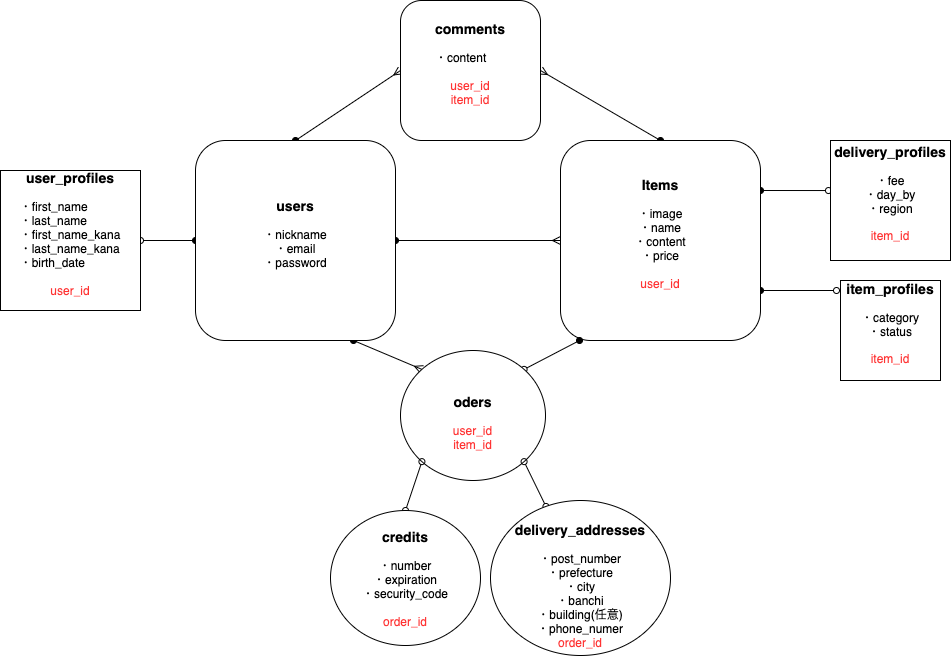
This is furima-29676.png from yuma-matsui/furima-29676, a draw.io export, as it was before one commit. Source tidied: cells renumbered, new cells last; positions are measured from the earlier drawing's top-left corner, leaving out a move shared by most shapes.
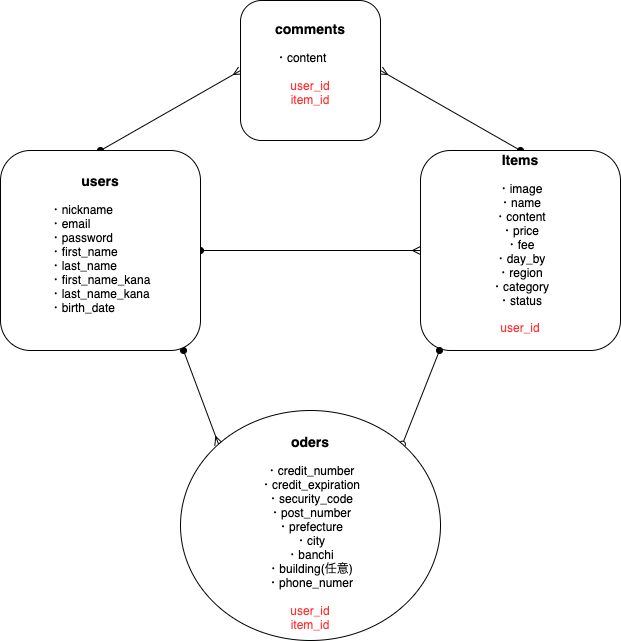
The same diagram one commit later.

Diff of the diagram source:
```diff
@@ -9,57 +9,27 @@
       <mxGeometry relative="1" as="geometry" />
     </mxCell>
     <mxCell id="4" value="&lt;h3&gt;comments&lt;/h3&gt;&lt;div style=&quot;text-align: left ; font-size: 11px&quot;&gt;&lt;span style=&quot;font-size: 12px&quot;&gt;・content&lt;/span&gt;&lt;br&gt;&lt;/div&gt;&lt;div style=&quot;text-align: left ; font-size: 11px&quot;&gt;&lt;span style=&quot;font-size: 12px&quot;&gt;&lt;br&gt;&lt;/span&gt;&lt;/div&gt;&lt;div style=&quot;font-size: 11px&quot;&gt;&lt;span style=&quot;font-size: 12px&quot;&gt;&lt;font color=&quot;#ff3333&quot;&gt;user_id&lt;/font&gt;&lt;/span&gt;&lt;/div&gt;&lt;div style=&quot;font-size: 11px&quot;&gt;&lt;span style=&quot;color: rgb(255 , 51 , 51) ; font-size: 12px&quot;&gt;item_id&lt;/span&gt;&lt;/div&gt;&lt;div style=&quot;text-align: left ; font-size: 11px&quot;&gt;&lt;span style=&quot;font-size: 12px&quot;&gt;&lt;font color=&quot;#ff3333&quot;&gt;&lt;br&gt;&lt;/font&gt;&lt;/span&gt;&lt;/div&gt;&lt;div style=&quot;text-align: left ; font-size: 11px&quot;&gt;&lt;span style=&quot;font-size: 12px&quot;&gt;&lt;br&gt;&lt;/span&gt;&lt;/div&gt;" style="whiteSpace=wrap;html=1;align=center;rounded=1;" parent="1" vertex="1">
-      <mxGeometry x="400" width="140" height="140" as="geometry" />
+      <mxGeometry x="410" y="-10" width="140" height="140" as="geometry" />
     </mxCell>
     <mxCell id="5" style="edgeStyle=none;rounded=0;jettySize=auto;html=1;entryX=0;entryY=0;entryDx=0;entryDy=0;startArrow=oval;startFill=1;endArrow=ERmany;endFill=0;strokeColor=#000000;fontColor=#FF3333;" parent="1" edge="1" target="16">
       <mxGeometry relative="1" as="geometry">
         <mxPoint x="353" y="340" as="sourcePoint" />
       </mxGeometry>
     </mxCell>
-    <mxCell id="6" style="edgeStyle=none;rounded=0;jettySize=auto;html=1;startArrow=oval;startFill=1;endArrow=oval;endFill=0;strokeColor=#000000;fontColor=#FF3333;" parent="1" edge="1" source="8" target="9">
-      <mxGeometry relative="1" as="geometry" />
-    </mxCell>
     <mxCell id="7" style="edgeStyle=none;rounded=0;jettySize=auto;html=1;exitX=1;exitY=0.5;exitDx=0;exitDy=0;entryX=0;entryY=0.5;entryDx=0;entryDy=0;startArrow=oval;startFill=1;endArrow=ERmany;endFill=0;strokeColor=#000000;fontColor=#FF3333;" parent="1" edge="1" source="8" target="12">
       <mxGeometry relative="1" as="geometry" />
     </mxCell>
-    <mxCell id="8" value="&lt;h3&gt;users&lt;/h3&gt;&lt;div&gt;・nickname&lt;/div&gt;&lt;div&gt;・email&lt;/div&gt;&lt;div&gt;・password&lt;/div&gt;&lt;div&gt;&lt;br&gt;&lt;/div&gt;&lt;div style=&quot;text-align: left ; font-size: 11px&quot;&gt;&lt;span style=&quot;font-size: 12px&quot;&gt;&lt;br&gt;&lt;/span&gt;&lt;/div&gt;" style="whiteSpace=wrap;html=1;align=center;rounded=1;" parent="1" vertex="1">
-      <mxGeometry x="195" y="140" width="200" height="200" as="geometry" />
+    <mxCell id="8" value="&lt;h3&gt;users&lt;/h3&gt;&lt;div style=&quot;text-align: justify&quot;&gt;・nickname&lt;/div&gt;&lt;div style=&quot;text-align: justify&quot;&gt;・email&lt;/div&gt;&lt;div style=&quot;text-align: justify&quot;&gt;・password&lt;/div&gt;&lt;div&gt;&lt;div style=&quot;text-align: justify ; font-size: 11px&quot;&gt;&lt;span style=&quot;font-size: 12px&quot;&gt;・first_name&lt;/span&gt;&lt;br&gt;&lt;/div&gt;&lt;div style=&quot;text-align: justify ; font-size: 11px&quot;&gt;&lt;span style=&quot;font-size: 12px&quot;&gt;・last_name&lt;/span&gt;&lt;/div&gt;&lt;div style=&quot;text-align: justify ; font-size: 11px&quot;&gt;&lt;span style=&quot;font-size: 12px&quot;&gt;・first_name_kana&lt;/span&gt;&lt;/div&gt;&lt;div style=&quot;text-align: justify ; font-size: 11px&quot;&gt;&lt;span style=&quot;font-size: 12px&quot;&gt;・last_name_kana&lt;/span&gt;&lt;/div&gt;&lt;div style=&quot;text-align: justify ; font-size: 11px&quot;&gt;&lt;span style=&quot;font-size: 12px&quot;&gt;・birth_date&lt;/span&gt;&lt;/div&gt;&lt;/div&gt;&lt;div&gt;&lt;br&gt;&lt;/div&gt;&lt;div style=&quot;text-align: left ; font-size: 11px&quot;&gt;&lt;span style=&quot;font-size: 12px&quot;&gt;&lt;br&gt;&lt;/span&gt;&lt;/div&gt;" style="whiteSpace=wrap;html=1;align=center;rounded=1;" parent="1" vertex="1">
+      <mxGeometry x="170" y="140" width="200" height="200" as="geometry" />
     </mxCell>
-    <mxCell id="9" value="&lt;h3&gt;user_profiles&lt;/h3&gt;&lt;div style=&quot;text-align: left ; font-size: 11px&quot;&gt;&lt;span style=&quot;font-size: 12px&quot;&gt;・first_name&lt;/span&gt;&lt;br&gt;&lt;/div&gt;&lt;div style=&quot;text-align: left ; font-size: 11px&quot;&gt;&lt;span style=&quot;font-size: 12px&quot;&gt;・last_name&lt;/span&gt;&lt;/div&gt;&lt;div style=&quot;text-align: left ; font-size: 11px&quot;&gt;&lt;span style=&quot;font-size: 12px&quot;&gt;・first_name_kana&lt;/span&gt;&lt;/div&gt;&lt;div style=&quot;text-align: left ; font-size: 11px&quot;&gt;&lt;span style=&quot;font-size: 12px&quot;&gt;・last_name_kana&lt;/span&gt;&lt;/div&gt;&lt;div style=&quot;text-align: left ; font-size: 11px&quot;&gt;&lt;span style=&quot;font-size: 12px&quot;&gt;・birth_date&lt;/span&gt;&lt;/div&gt;&lt;div style=&quot;text-align: left ; font-size: 11px&quot;&gt;&lt;span style=&quot;font-size: 12px&quot;&gt;&lt;br&gt;&lt;/span&gt;&lt;/div&gt;&lt;div style=&quot;font-size: 11px&quot;&gt;&lt;span style=&quot;font-size: 12px&quot;&gt;&lt;font color=&quot;#ff3333&quot;&gt;user_id&lt;/font&gt;&lt;/span&gt;&lt;/div&gt;&lt;div style=&quot;text-align: left ; font-size: 11px&quot;&gt;&lt;span style=&quot;font-size: 12px&quot;&gt;&lt;font color=&quot;#ff3333&quot;&gt;&lt;br&gt;&lt;/font&gt;&lt;/span&gt;&lt;/div&gt;&lt;div style=&quot;text-align: left ; font-size: 11px&quot;&gt;&lt;span style=&quot;font-size: 12px&quot;&gt;&lt;br&gt;&lt;/span&gt;&lt;/div&gt;" style="whiteSpace=wrap;html=1;align=center;rounded=0;" parent="1" vertex="1">
-      <mxGeometry y="170" width="140" height="140" as="geometry" />
-    </mxCell>
-    <mxCell id="10" style="edgeStyle=none;rounded=0;jettySize=auto;html=1;exitX=1;exitY=0.25;exitDx=0;exitDy=0;entryX=-0.017;entryY=0.417;entryDx=0;entryDy=0;entryPerimeter=0;startArrow=oval;startFill=1;endArrow=oval;endFill=0;strokeColor=#000000;fontColor=#FF3333;" parent="1" edge="1" source="12" target="14">
-      <mxGeometry relative="1" as="geometry" />
-    </mxCell>
-    <mxCell id="11" style="edgeStyle=none;rounded=0;jettySize=auto;html=1;exitX=1;exitY=0.75;exitDx=0;exitDy=0;entryX=-0.04;entryY=0.1;entryDx=0;entryDy=0;entryPerimeter=0;startArrow=oval;startFill=1;endArrow=oval;endFill=0;strokeColor=#000000;fontColor=#FF3333;" parent="1" edge="1" source="12" target="13">
-      <mxGeometry relative="1" as="geometry" />
-    </mxCell>
-    <mxCell id="12" value="&lt;h3&gt;Items&lt;/h3&gt;&lt;div&gt;・image&lt;/div&gt;&lt;div&gt;・name&lt;/div&gt;&lt;div&gt;・content&lt;/div&gt;&lt;div&gt;・price&lt;/div&gt;&lt;div style=&quot;text-align: left ; font-size: 11px&quot;&gt;&lt;span style=&quot;font-size: 12px&quot;&gt;&lt;br&gt;&lt;/span&gt;&lt;/div&gt;&lt;div style=&quot;font-size: 11px&quot;&gt;&lt;span style=&quot;font-size: 12px&quot;&gt;&lt;font color=&quot;#ff3333&quot;&gt;user_id&lt;/font&gt;&lt;/span&gt;&lt;/div&gt;&lt;div style=&quot;text-align: left ; font-size: 11px&quot;&gt;&lt;span style=&quot;font-size: 12px&quot;&gt;&lt;font color=&quot;#ff3333&quot;&gt;&lt;br&gt;&lt;/font&gt;&lt;/span&gt;&lt;/div&gt;&lt;div style=&quot;text-align: left ; font-size: 11px&quot;&gt;&lt;span style=&quot;font-size: 12px&quot;&gt;&lt;br&gt;&lt;/span&gt;&lt;/div&gt;" style="whiteSpace=wrap;html=1;align=center;rounded=1;" parent="1" vertex="1">
-      <mxGeometry x="560" y="140" width="200" height="200" as="geometry" />
+    <mxCell id="12" value="&lt;h3&gt;Items&lt;/h3&gt;&lt;div&gt;・image&lt;/div&gt;&lt;div&gt;・name&lt;/div&gt;&lt;div&gt;・content&lt;/div&gt;&lt;div&gt;・price&lt;/div&gt;&lt;div&gt;&lt;div style=&quot;font-size: 11px&quot;&gt;&lt;span style=&quot;font-size: 12px&quot;&gt;・fee&lt;/span&gt;&lt;br&gt;&lt;/div&gt;&lt;div&gt;・day_by&lt;/div&gt;&lt;div&gt;・region&lt;/div&gt;&lt;/div&gt;&lt;div&gt;&lt;div style=&quot;font-size: 11px&quot;&gt;&lt;span style=&quot;font-size: 12px&quot;&gt;・category&lt;/span&gt;&lt;br&gt;&lt;/div&gt;&lt;div&gt;・status&lt;/div&gt;&lt;div style=&quot;font-size: 11px&quot;&gt;&lt;br&gt;&lt;/div&gt;&lt;/div&gt;&lt;div style=&quot;font-size: 11px&quot;&gt;&lt;span style=&quot;font-size: 12px&quot;&gt;&lt;font color=&quot;#ff3333&quot;&gt;user_id&lt;/font&gt;&lt;/span&gt;&lt;/div&gt;&lt;div style=&quot;text-align: left ; font-size: 11px&quot;&gt;&lt;span style=&quot;font-size: 12px&quot;&gt;&lt;font color=&quot;#ff3333&quot;&gt;&lt;br&gt;&lt;/font&gt;&lt;/span&gt;&lt;/div&gt;&lt;div style=&quot;text-align: left ; font-size: 11px&quot;&gt;&lt;span style=&quot;font-size: 12px&quot;&gt;&lt;br&gt;&lt;/span&gt;&lt;/div&gt;" style="whiteSpace=wrap;html=1;align=center;rounded=1;" parent="1" vertex="1">
+      <mxGeometry x="590" y="140" width="200" height="200" as="geometry" />
     </mxCell>
-    <mxCell id="13" value="&lt;h3&gt;item_profiles&lt;/h3&gt;&lt;div style=&quot;font-size: 11px&quot;&gt;&lt;span style=&quot;font-size: 12px&quot;&gt;・category&lt;/span&gt;&lt;br&gt;&lt;/div&gt;&lt;div&gt;・status&lt;/div&gt;&lt;div style=&quot;font-size: 11px&quot;&gt;&lt;br&gt;&lt;/div&gt;&lt;div style=&quot;font-size: 11px&quot;&gt;&lt;span style=&quot;font-size: 12px&quot;&gt;&lt;font color=&quot;#ff3333&quot;&gt;item_id&lt;/font&gt;&lt;/span&gt;&lt;/div&gt;&lt;div style=&quot;font-size: 11px&quot;&gt;&lt;span style=&quot;font-size: 12px&quot;&gt;&lt;font color=&quot;#ff3333&quot;&gt;&lt;br&gt;&lt;/font&gt;&lt;/span&gt;&lt;/div&gt;&lt;div style=&quot;font-size: 11px&quot;&gt;&lt;span style=&quot;font-size: 12px&quot;&gt;&lt;br&gt;&lt;/span&gt;&lt;/div&gt;" style="whiteSpace=wrap;html=1;align=center;" parent="1" vertex="1">
-      <mxGeometry x="840" y="280" width="100" height="100" as="geometry" />
-    </mxCell>
-    <mxCell id="14" value="&lt;h3&gt;delivery_profiles&lt;/h3&gt;&lt;div style=&quot;font-size: 11px&quot;&gt;&lt;span style=&quot;font-size: 12px&quot;&gt;・fee&lt;/span&gt;&lt;br&gt;&lt;/div&gt;&lt;div&gt;・day_by&lt;/div&gt;&lt;div&gt;・region&lt;/div&gt;&lt;div style=&quot;font-size: 11px&quot;&gt;&lt;br&gt;&lt;/div&gt;&lt;div style=&quot;font-size: 11px&quot;&gt;&lt;span style=&quot;font-size: 12px&quot;&gt;&lt;font color=&quot;#ff3333&quot;&gt;item_id&lt;/font&gt;&lt;/span&gt;&lt;/div&gt;&lt;div style=&quot;font-size: 11px&quot;&gt;&lt;span style=&quot;font-size: 12px&quot;&gt;&lt;font color=&quot;#ff3333&quot;&gt;&lt;br&gt;&lt;/font&gt;&lt;/span&gt;&lt;/div&gt;&lt;div style=&quot;font-size: 11px&quot;&gt;&lt;span style=&quot;font-size: 12px&quot;&gt;&lt;br&gt;&lt;/span&gt;&lt;/div&gt;" style="whiteSpace=wrap;html=1;align=center;" parent="1" vertex="1">
-      <mxGeometry x="830" y="140" width="120" height="120" as="geometry" />
-    </mxCell>
     <mxCell id="15" style="edgeStyle=none;rounded=0;jettySize=auto;html=1;exitX=1;exitY=0;exitDx=0;exitDy=0;startArrow=oval;startFill=0;endArrow=oval;endFill=1;strokeColor=#000000;fontColor=#FF3333;entryX=0.095;entryY=1;entryDx=0;entryDy=0;entryPerimeter=0;" parent="1" edge="1" source="16" target="12">
       <mxGeometry relative="1" as="geometry" />
     </mxCell>
-    <mxCell id="16" value="&lt;h3&gt;&lt;font color=&quot;#000000&quot;&gt;oders&lt;/font&gt;&lt;/h3&gt;&lt;div&gt;user_id&lt;/div&gt;&lt;div&gt;item_id&lt;/div&gt;" style="ellipse;whiteSpace=wrap;html=1;rounded=0;fontColor=#FF3333;" parent="1" vertex="1">
-      <mxGeometry x="400" y="350" width="145" height="130" as="geometry" />
+    <mxCell id="16" value="&lt;h3&gt;&lt;font color=&quot;#000000&quot;&gt;oders&lt;/font&gt;&lt;/h3&gt;&lt;div&gt;&lt;div&gt;&lt;font color=&quot;#000000&quot;&gt;・credit_number&lt;/font&gt;&lt;/div&gt;&lt;div&gt;&lt;font color=&quot;#000000&quot;&gt;・credit_expiration&lt;/font&gt;&lt;/div&gt;&lt;div&gt;&lt;font color=&quot;#000000&quot;&gt;・security_code&lt;/font&gt;&lt;/div&gt;&lt;/div&gt;&lt;div&gt;&lt;div&gt;&lt;font color=&quot;#000000&quot;&gt;・post_number&lt;/font&gt;&lt;/div&gt;&lt;div&gt;&lt;font color=&quot;#000000&quot;&gt;・prefecture&lt;/font&gt;&lt;/div&gt;&lt;div&gt;&lt;font color=&quot;#000000&quot;&gt;・city&lt;/font&gt;&lt;/div&gt;&lt;div&gt;&lt;font color=&quot;#000000&quot;&gt;・banchi&lt;/font&gt;&lt;/div&gt;&lt;div&gt;&lt;font color=&quot;#000000&quot;&gt;・building(任意)&lt;/font&gt;&lt;/div&gt;&lt;div&gt;&lt;font color=&quot;#000000&quot;&gt;・phone_numer&lt;/font&gt;&lt;/div&gt;&lt;/div&gt;&lt;div&gt;&lt;font color=&quot;#000000&quot;&gt;&lt;br&gt;&lt;/font&gt;&lt;/div&gt;&lt;div&gt;user_id&lt;/div&gt;&lt;div&gt;item_id&lt;/div&gt;" style="ellipse;whiteSpace=wrap;html=1;rounded=0;fontColor=#FF3333;" parent="1" vertex="1">
+      <mxGeometry x="350" y="400" width="260" height="230" as="geometry" />
     </mxCell>
-    <mxCell id="17" style="jettySize=auto;html=1;exitX=0.5;exitY=0;exitDx=0;exitDy=0;entryX=0;entryY=1;entryDx=0;entryDy=0;fontColor=#FF3333;rounded=0;endArrow=oval;endFill=0;startArrow=oval;startFill=0;" parent="1" edge="1" source="18" target="16">
-      <mxGeometry relative="1" as="geometry" />
-    </mxCell>
-    <mxCell id="18" value="&lt;h3&gt;&lt;font color=&quot;#000000&quot;&gt;credits&lt;/font&gt;&lt;/h3&gt;&lt;div&gt;&lt;font color=&quot;#000000&quot;&gt;・number&lt;/font&gt;&lt;/div&gt;&lt;div&gt;&lt;font color=&quot;#000000&quot;&gt;・expiration&lt;/font&gt;&lt;/div&gt;&lt;div&gt;&lt;font color=&quot;#000000&quot;&gt;・security_code&lt;/font&gt;&lt;/div&gt;&lt;div&gt;&lt;font color=&quot;#000000&quot;&gt;&lt;br&gt;&lt;/font&gt;&lt;/div&gt;&lt;div&gt;order_id&lt;/div&gt;&lt;div&gt;&lt;br&gt;&lt;/div&gt;" style="ellipse;whiteSpace=wrap;html=1;rounded=0;fontColor=#FF3333;" parent="1" vertex="1">
-      <mxGeometry x="330" y="510" width="150" height="135" as="geometry" />
-    </mxCell>
-    <mxCell id="19" style="edgeStyle=none;rounded=0;jettySize=auto;html=1;entryX=1;entryY=1;entryDx=0;entryDy=0;startArrow=oval;startFill=0;endArrow=oval;endFill=0;strokeColor=#000000;fontColor=#FF3333;" parent="1" edge="1" source="20" target="16">
-      <mxGeometry relative="1" as="geometry" />
-    </mxCell>
-    <mxCell id="20" value="&lt;h3&gt;&lt;font color=&quot;#000000&quot;&gt;delivery_addresses&lt;/font&gt;&lt;/h3&gt;&lt;div&gt;&lt;font color=&quot;#000000&quot;&gt;・post_number&lt;/font&gt;&lt;/div&gt;&lt;div&gt;&lt;font color=&quot;#000000&quot;&gt;・prefecture&lt;/font&gt;&lt;/div&gt;&lt;div&gt;&lt;font color=&quot;#000000&quot;&gt;・city&lt;/font&gt;&lt;/div&gt;&lt;div&gt;&lt;font color=&quot;#000000&quot;&gt;・banchi&lt;/font&gt;&lt;/div&gt;&lt;div&gt;&lt;font color=&quot;#000000&quot;&gt;・building(任意)&lt;/font&gt;&lt;/div&gt;&lt;div&gt;&lt;font color=&quot;#000000&quot;&gt;・phone_numer&lt;/font&gt;&lt;/div&gt;&lt;div&gt;order&lt;span&gt;_id&lt;/span&gt;&lt;/div&gt;" style="ellipse;whiteSpace=wrap;html=1;rounded=0;fontColor=#FF3333;" parent="1" vertex="1">
-      <mxGeometry x="490" y="500" width="180" height="155" as="geometry" />
-    </mxCell>
   </root>
 </mxGraphModel>
```
